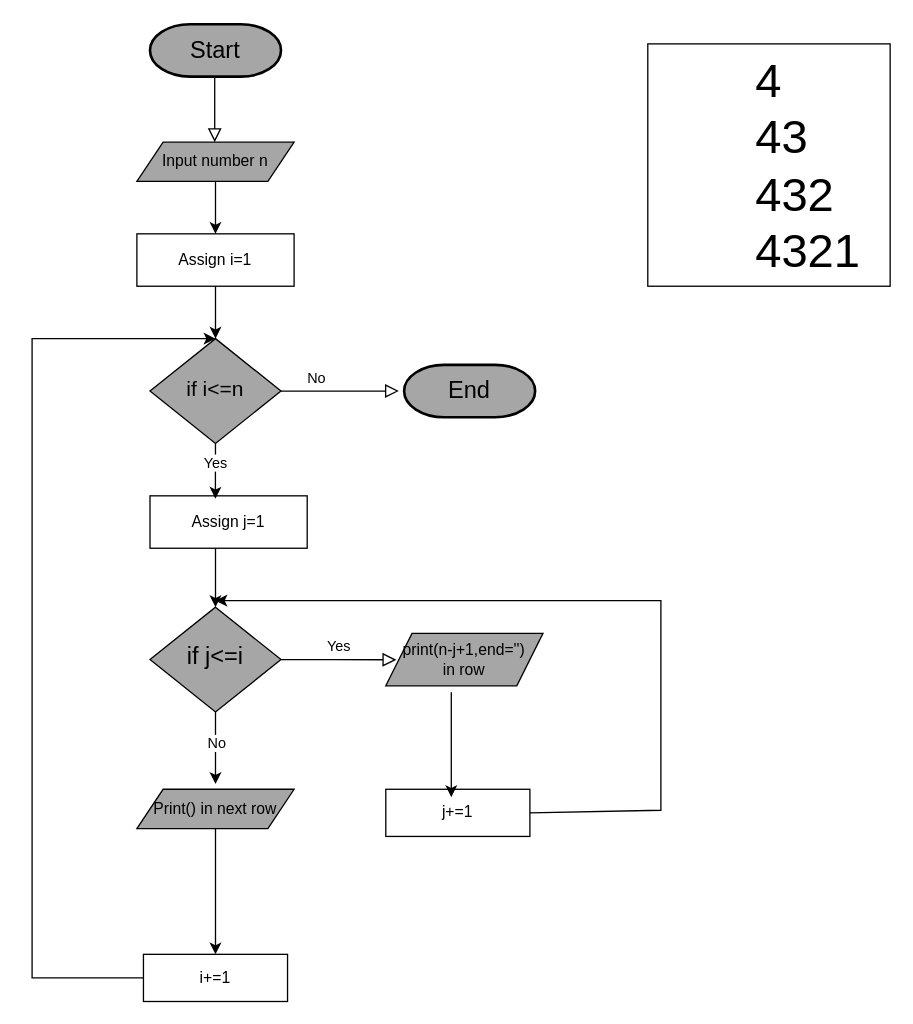
Aditya-swaroop-11/aditya keeps this draw.io diagram as Untitled Diagram.drawio. Above is the earlier version. Source tidied: cells renumbered, new cells numbered last; positions are measured from the earlier drawing's top-left corner, leaving out a move shared by most shapes. Both pictures are drawn from the tidied source at 131%, with x=0, y=0 at pixel (31, 24).
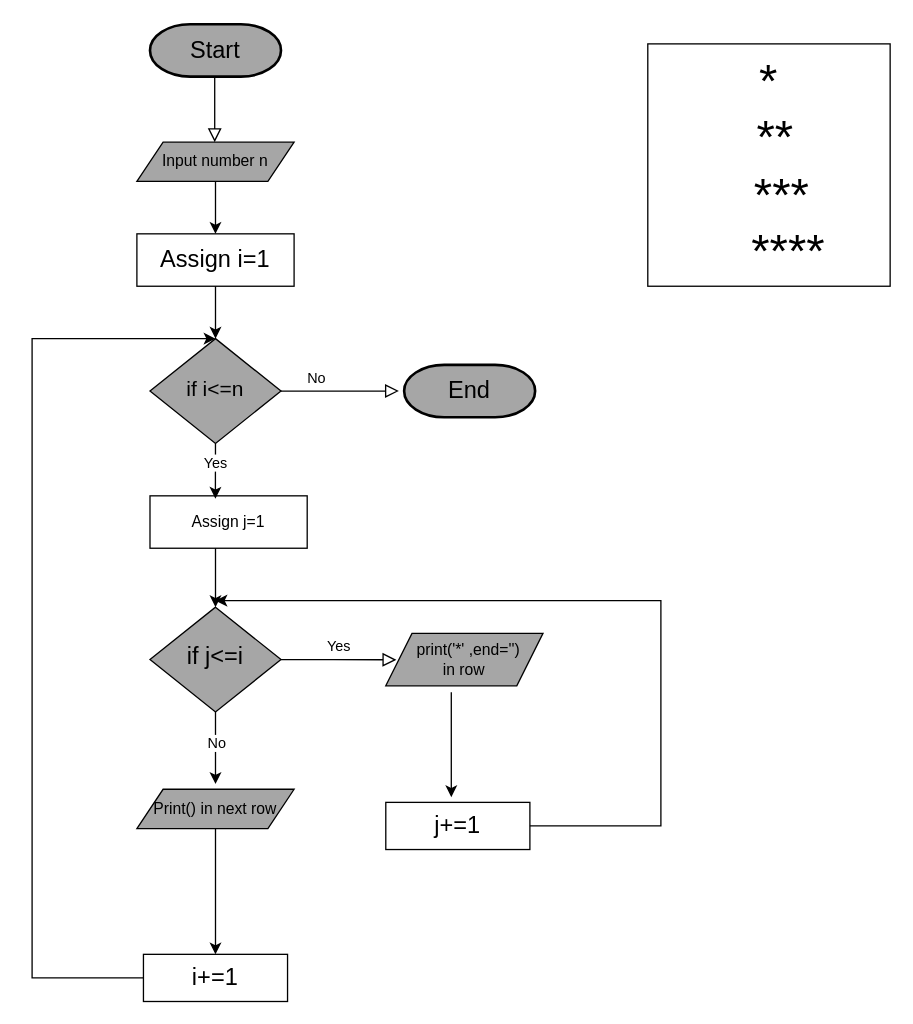
The same page after the edit.

The edit, as a diff of the source:
```diff
@@
-    <mxCell id="8" value="print(n-j+1,end='')&lt;div&gt;in row&lt;/div&gt;" style="shape=parallelogram;perimeter=parallelogramPerimeter;whiteSpace=wrap;html=1;fixedSize=1;fillColor=#A6A6A6;rounded=0;" parent="1" vertex="1">
+    <mxCell id="8" value="&amp;nbsp; print('*' ,end='')&lt;div&gt;in row&lt;/div&gt;" style="shape=parallelogram;perimeter=parallelogramPerimeter;whiteSpace=wrap;html=1;fixedSize=1;fillColor=#A6A6A6;rounded=0;" parent="1" vertex="1">
       <mxGeometry x="270" y="465" width="120" height="40" as="geometry" />
     </mxCell>
@@
-    <mxCell id="10" value="Assign i=1" style="rounded=0;whiteSpace=wrap;html=1;" parent="1" vertex="1">
+    <mxCell id="10" value="&lt;font style=&quot;font-size: 18px;&quot;&gt;Assign i=1&lt;/font&gt;" style="rounded=0;whiteSpace=wrap;html=1;" parent="1" vertex="1">
       <mxGeometry x="80" y="160" width="120" height="40" as="geometry" />
     </mxCell>
@@
-    <mxCell id="19" value="j+=1" style="rounded=0;whiteSpace=wrap;html=1;" parent="1" vertex="1">
-      <mxGeometry x="270" y="584" width="110" height="36" as="geometry" />
+    <mxCell id="19" value="&lt;font style=&quot;font-size: 18px;&quot;&gt;j+=1&lt;/font&gt;" style="rounded=0;whiteSpace=wrap;html=1;" parent="1" vertex="1">
+      <mxGeometry x="270" y="594" width="110" height="36" as="geometry" />
     </mxCell>
-    <mxCell id="20" value="i+=1" style="rounded=0;whiteSpace=wrap;html=1;" parent="1" vertex="1">
+    <mxCell id="20" value="&lt;font style=&quot;font-size: 18px;&quot;&gt;i+=1&lt;/font&gt;" style="rounded=0;whiteSpace=wrap;html=1;" parent="1" vertex="1">
       <mxGeometry x="85" y="710" width="110" height="36" as="geometry" />
     </mxCell>
@@
     <mxCell id="23" style="endArrow=classic;html=1;rounded=0;exitX=1;exitY=0.5;exitDx=0;exitDy=0;" parent="1" edge="1" source="19">
       <mxGeometry relative="1" as="geometry">
         <mxPoint x="140" y="440" as="targetPoint" />
         <Array as="points">
-          <mxPoint x="480" y="600" />
+          <mxPoint x="480" y="612" />
           <mxPoint x="480" y="440" />
         </Array>
       </mxGeometry>
     </mxCell>
@@
-    <mxCell id="27" value="&lt;font style=&quot;font-size: 36px;&quot;&gt;4&lt;/font&gt;&lt;div&gt;&lt;span style=&quot;font-size: 36px;&quot;&gt;&amp;nbsp; 43&lt;/span&gt;&lt;/div&gt;&lt;div&gt;&lt;span style=&quot;font-size: 36px; background-color: initial;&quot;&gt;&amp;nbsp; &amp;nbsp; 432&lt;/span&gt;&lt;br&gt;&lt;/div&gt;&lt;div&gt;&lt;span style=&quot;font-size: 36px;&quot;&gt;&amp;nbsp; &amp;nbsp; &amp;nbsp; 4321&lt;/span&gt;&lt;span style=&quot;font-size: 36px; background-color: initial;&quot;&gt;&lt;br&gt;&lt;/span&gt;&lt;/div&gt;" style="whiteSpace=wrap;html=1;" parent="1" vertex="1">
+    <mxCell id="27" value="&lt;div&gt;&lt;span style=&quot;font-size: 36px;&quot;&gt;*&lt;/span&gt;&lt;/div&gt;&lt;div&gt;&lt;span style=&quot;font-size: 36px; background-color: initial;&quot;&gt;&amp;nbsp;**&lt;/span&gt;&lt;/div&gt;&lt;div&gt;&lt;span style=&quot;font-size: 36px; background-color: initial;&quot;&gt;&amp;nbsp; ***&lt;/span&gt;&lt;/div&gt;&lt;div&gt;&lt;span style=&quot;font-size: 36px; background-color: initial;&quot;&gt;&amp;nbsp; &amp;nbsp;****&lt;/span&gt;&lt;/div&gt;" style="whiteSpace=wrap;html=1;" parent="1" vertex="1">
       <mxGeometry x="470" y="15" width="185" height="185" as="geometry" />
     </mxCell>
```
